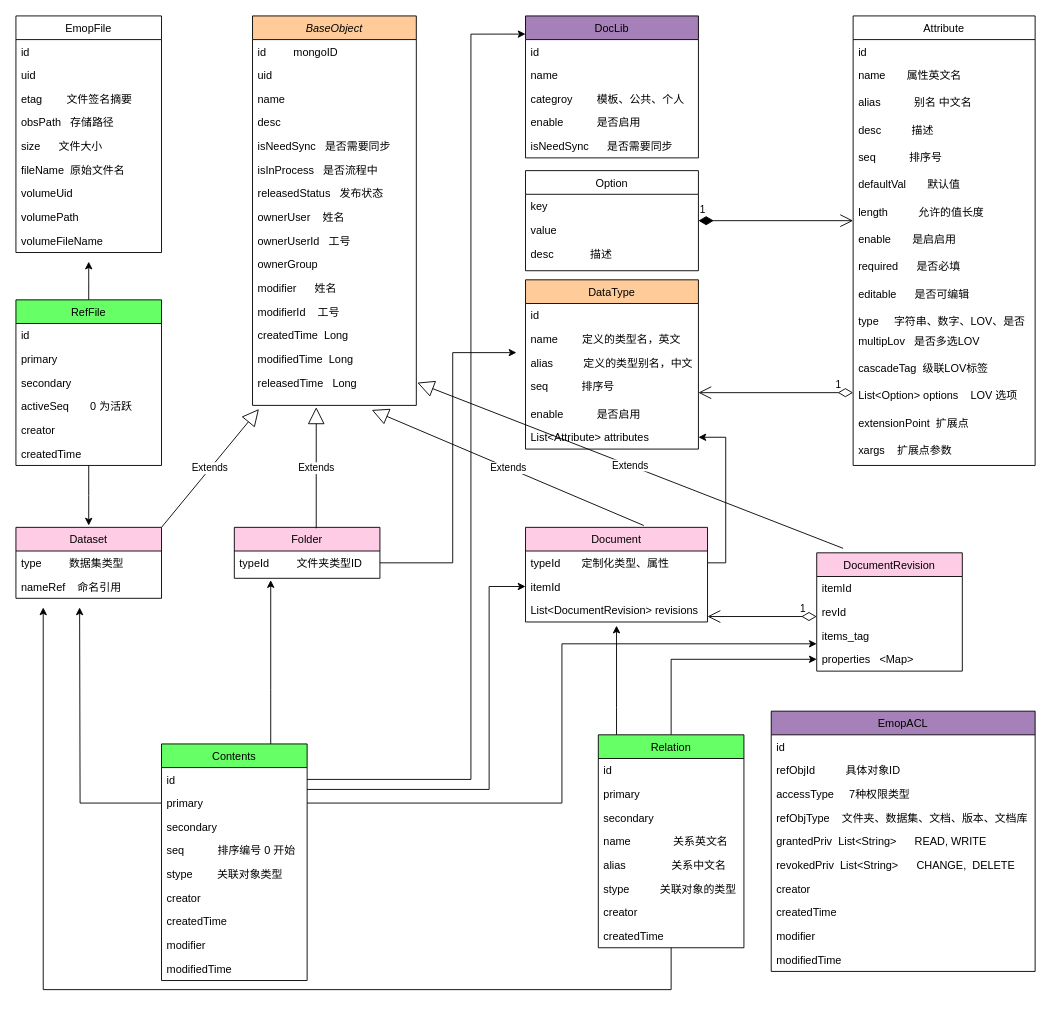
The draw.io diagram doc.drawio in lvmq/emop, before the edit. Source tidied: cells renumbered, new cells numbered last; positions are measured from the earlier drawing's top-left corner, leaving out a move shared by most shapes. Both pictures are drawn from the tidied source at 91%, with x=0, y=0 at pixel (15, 15).
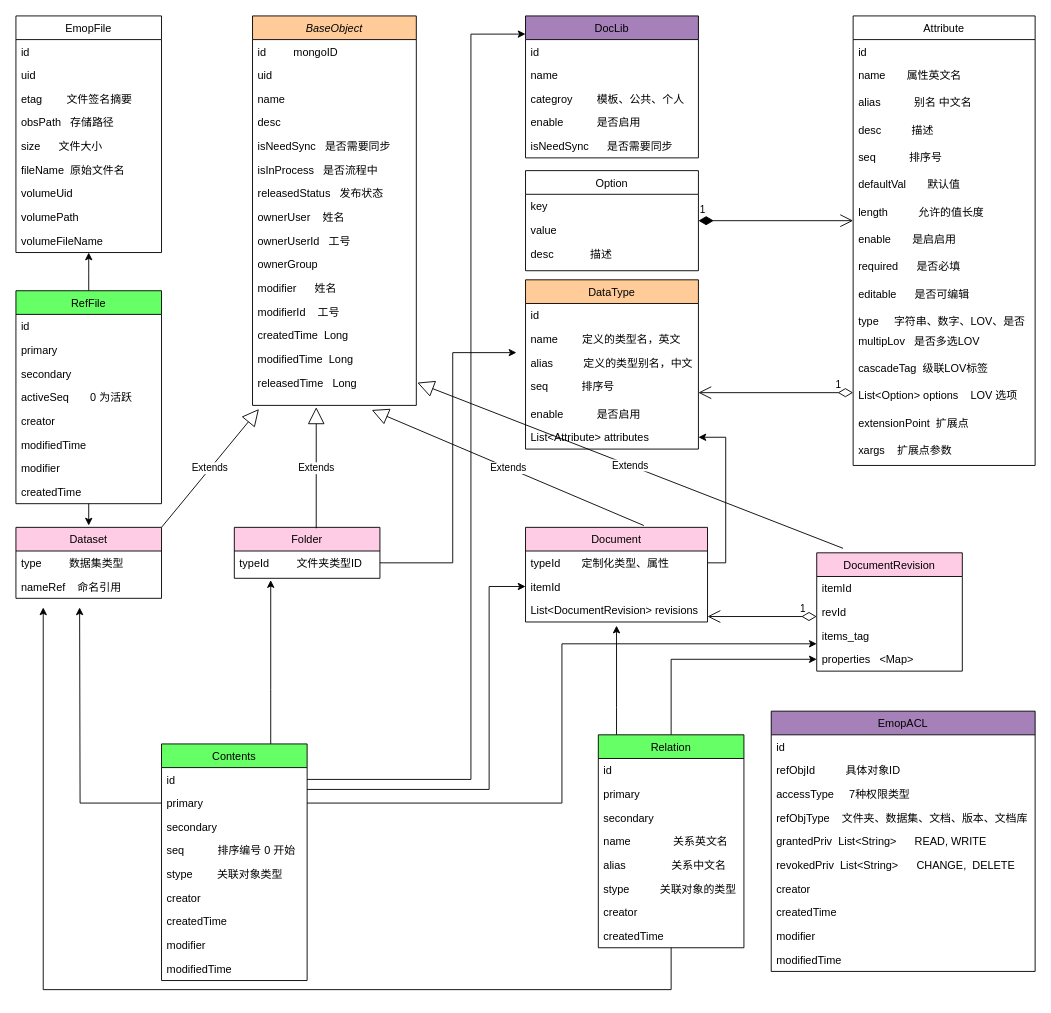
After the change.

Change to the diagram source:
```diff
@@
     <mxCell id="123" style="edgeStyle=orthogonalEdgeStyle;rounded=0;jettySize=auto;html=1;" parent="1" edge="1" source="124">
       <mxGeometry relative="1" as="geometry">
-        <mxPoint x="80" y="270" as="targetPoint" />
+        <mxPoint x="80" y="260" as="targetPoint" />
       </mxGeometry>
     </mxCell>
     <mxCell id="124" value="RefFile" style="swimlane;fontStyle=0;align=center;verticalAlign=top;horizontal=1;startSize=26;rounded=0;shadow=0;strokeWidth=1;fillColor=#66FF66;" parent="1" vertex="1">
-      <mxGeometry y="312" width="160" height="182" as="geometry" />
+      <mxGeometry y="302" width="160" height="234" as="geometry" />
     </mxCell>
@@
+    <mxCell id="132" value="modifiedTime" style="text;align=left;verticalAlign=top;spacingLeft=4;spacingRight=4;overflow=hidden;" parent="124" vertex="1">
+      <mxGeometry y="156" width="160" height="26" as="geometry" />
+    </mxCell>
+    <mxCell id="133" value="modifier" style="text;align=left;verticalAlign=top;spacingLeft=4;spacingRight=4;overflow=hidden;" parent="124" vertex="1">
+      <mxGeometry y="182" width="160" height="26" as="geometry" />
+    </mxCell>
     <mxCell id="130" value="createdTime" style="text;align=left;verticalAlign=top;spacingLeft=4;spacingRight=4;overflow=hidden;" parent="124" vertex="1">
-      <mxGeometry y="156" width="160" height="26" as="geometry" />
+      <mxGeometry y="208" width="160" height="26" as="geometry" />
     </mxCell>
```
